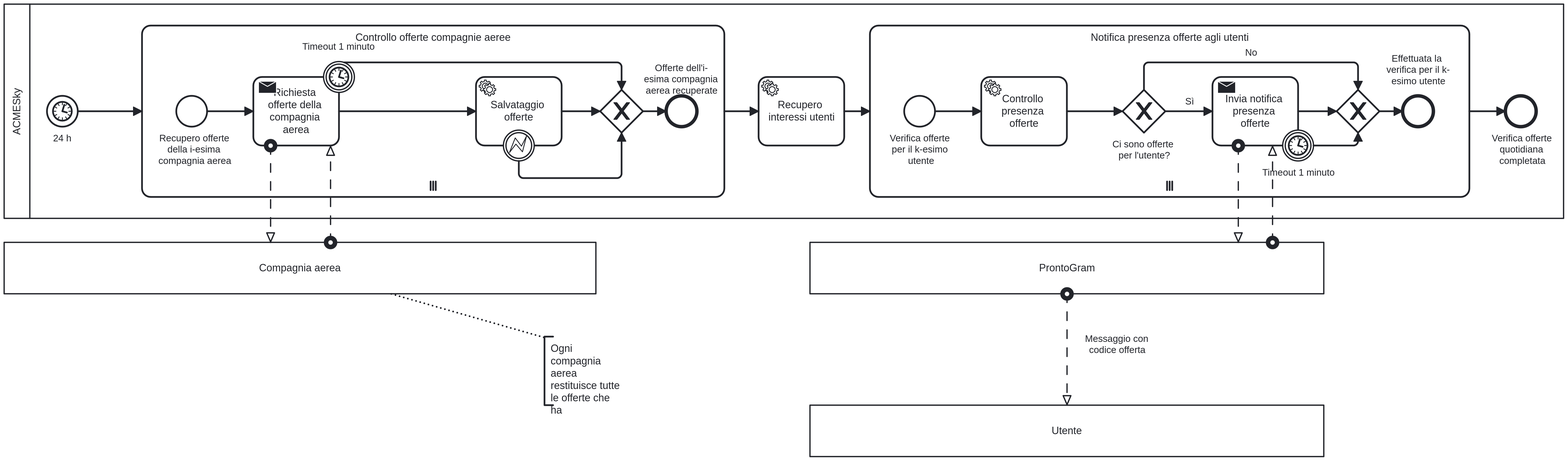
Earlier version of the BPMN export docs/assets/bpmn/bpmn-scopo-implementativo/VerificaGiornaliera.png (kocierik/ACMEsky). Its source is kept beside it as src/ACMESky/camunda/bpmn/VerificaGiornaliera.bpmn. Ids are renumbered.
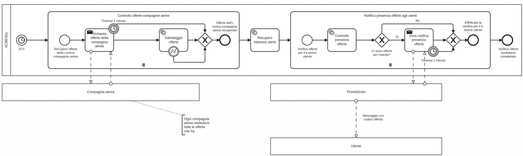
The same file after the commit.

Commit message:
align all BPMNs with Camunda 7 using desktop camunda modeller

Change to the diagram source:
```diff
@@ -1,4 +1,4 @@
-<bpmn:definitions xmlns:bpmn="http://www.omg.org/spec/BPMN/20100524/MODEL" xmlns:bpmndi="http://www.omg.org/spec/BPMN/20100524/DI" xmlns:dc="http://www.omg.org/spec/DD/20100524/DC" xmlns:di="http://www.omg.org/spec/DD/20100524/DI" xmlns:xsi="http://www.w3.org/2001/XMLSchema-instance" xmlns:modeler="http://camunda.org/schema/modeler/1.0" xmlns:zeebe="http://camunda.org/schema/zeebe/1.0" xmlns:camunda="http://camunda.org/schema/1.0/bpmn" id="Definitions_n1" targetNamespace="http://bpmn.io/schema/bpmn" exporter="Camunda Web Modeler" exporterVersion="8059276" modeler:executionPlatform="Camunda Cloud" modeler:executionPlatformVersion="8.5.0" camunda:diagramRelationId="9d4ccfee-0b94-4b00-8890-634b7d4caaef">
+<bpmn:definitions xmlns:bpmn="http://www.omg.org/spec/BPMN/20100524/MODEL" xmlns:bpmndi="http://www.omg.org/spec/BPMN/20100524/DI" xmlns:dc="http://www.omg.org/spec/DD/20100524/DC" xmlns:di="http://www.omg.org/spec/DD/20100524/DI" xmlns:xsi="http://www.w3.org/2001/XMLSchema-instance" xmlns:camunda="http://camunda.org/schema/1.0/bpmn" id="Definitions_n1" targetNamespace="http://bpmn.io/schema/bpmn" exporter="Camunda Modeler" exporterVersion="5.25.0">
   <bpmn:collaboration id="daily-check">
     <bpmn:participant id="acmesky" name="ACMESky" processRef="daily-flight-check" />
     <bpmn:participant id="flight-company" name="Compagnia aerea" />
@@ -30,29 +30,24 @@
     <bpmn:subProcess id="check-flight-companies-offers" name="Controllo offerte compagnie aeree">
       <bpmn:incoming>Flow_n9</bpmn:incoming>
       <bpmn:outgoing>Flow_n11</bpmn:outgoing>
-      <bpmn:multiInstanceLoopCharacteristics camunda:collection="#{companies}" camunda:elementVariable="company">
-        <bpmn:extensionElements>
-          <zeebe:loopCharacteristics inputCollection="=companies" />
-        </bpmn:extensionElements>
-      </bpmn:multiInstanceLoopCharacteristics>
+      <bpmn:multiInstanceLoopCharacteristics camunda:collection="#{companies}" camunda:elementVariable="company" />
       <bpmn:startEvent id="flight-company-check-start-event" name="Recupero offerte della i-esima compagnia aerea">
         <bpmn:outgoing>Flow_n12</bpmn:outgoing>
       </bpmn:startEvent>
       <bpmn:sequenceFlow id="Flow_n12" sourceRef="flight-company-check-start-event" targetRef="get-flight-offers" />
       <bpmn:endEvent id="flight-company-check-end-event" name="Offerte dell&#39;i-esima compagnia aerea recuperate">
-        <bpmn:incoming>Flow_n13</bpmn:incoming>
+        <bpmn:incoming>Flow_n32</bpmn:incoming>
       </bpmn:endEvent>
-      <bpmn:sequenceFlow id="Flow_n14" sourceRef="save-flights" targetRef="Gateway_n15" />
+      <bpmn:sequenceFlow id="Flow_n14" sourceRef="save-flights" targetRef="Gateway_n33" />
       <bpmn:serviceTask id="save-flights" name="Salvataggio offerte" camunda:type="external" camunda:topic="save-flights">
-        <bpmn:extensionElements>
-          <zeebe:taskDefinition type="save-flights" />
-        </bpmn:extensionElements>
         <bpmn:incoming>Flow_n16</bpmn:incoming>
         <bpmn:outgoing>Flow_n14</bpmn:outgoing>
       </bpmn:serviceTask>
       <bpmn:sendTask id="get-flight-offers" name="Richiesta offerte della compagnia aerea" camunda:type="external" camunda:topic="get-flight-offers">
         <bpmn:extensionElements>
-          <zeebe:taskDefinition type="get-flight-offers" />
+          <camunda:inputOutput>
+            <camunda:inputParameter name="company">${company}</camunda:inputParameter>
+          </camunda:inputOutput>
         </bpmn:extensionElements>
         <bpmn:incoming>Flow_n12</bpmn:incoming>
         <bpmn:outgoing>Flow_n16</bpmn:outgoing>
@@ -64,19 +59,19 @@
           <bpmn:timeDuration xsi:type="bpmn:tFormalExpression">PT1M</bpmn:timeDuration>
         </bpmn:timerEventDefinition>
       </bpmn:boundaryEvent>
-      <bpmn:sequenceFlow id="Flow_n17" sourceRef="timeout-flight-company" targetRef="Gateway_n15" />
+      <bpmn:sequenceFlow id="Flow_n17" sourceRef="timeout-flight-company" targetRef="Gateway_n33" />
       <bpmn:boundaryEvent id="Event_n19" attachedToRef="save-flights">
         <bpmn:outgoing>Flow_n20</bpmn:outgoing>
         <bpmn:errorEventDefinition id="ErrorEventDefinition_n21" />
       </bpmn:boundaryEvent>
-      <bpmn:sequenceFlow id="Flow_n20" sourceRef="Event_n19" targetRef="Gateway_n15" />
-      <bpmn:exclusiveGateway id="Gateway_n15">
+      <bpmn:sequenceFlow id="Flow_n20" sourceRef="Event_n19" targetRef="Gateway_n33" />
+      <bpmn:exclusiveGateway id="Gateway_n33">
         <bpmn:incoming>Flow_n14</bpmn:incoming>
+        <bpmn:incoming>Flow_n20</bpmn:incoming>
         <bpmn:incoming>Flow_n17</bpmn:incoming>
-        <bpmn:incoming>Flow_n20</bpmn:incoming>
-        <bpmn:outgoing>Flow_n13</bpmn:outgoing>
+        <bpmn:outgoing>Flow_n32</bpmn:outgoing>
       </bpmn:exclusiveGateway>
-      <bpmn:sequenceFlow id="Flow_n13" sourceRef="Gateway_n15" targetRef="flight-company-check-end-event" />
+      <bpmn:sequenceFlow id="Flow_n32" sourceRef="Gateway_n33" targetRef="flight-company-check-end-event" />
     </bpmn:subProcess>
     <bpmn:sequenceFlow id="Flow_n11" sourceRef="check-flight-companies-offers" targetRef="retrieve-user-interests" />
     <bpmn:sequenceFlow id="Flow_n22" sourceRef="notify-offers-to-users" targetRef="daily-check-completed" />
@@ -87,11 +82,7 @@
     <bpmn:subProcess id="notify-offers-to-users" name="Notifica presenza offerte agli utenti">
       <bpmn:incoming>Flow_n23</bpmn:incoming>
       <bpmn:outgoing>Flow_n22</bpmn:outgoing>
-      <bpmn:multiInstanceLoopCharacteristics camunda:collection="#{users_interests}" camunda:elementVariable="user_interests">
-        <bpmn:extensionElements>
-          <zeebe:loopCharacteristics inputCollection="=users_interests" />
-        </bpmn:extensionElements>
-      </bpmn:multiInstanceLoopCharacteristics>
+      <bpmn:multiInstanceLoopCharacteristics camunda:collection="#{users_interests}" camunda:elementVariable="user_interests" />
       <bpmn:startEvent id="notify-users-for-offers-start-event" name="Verifica offerte per il k-esimo utente">
         <bpmn:outgoing>Flow_n24</bpmn:outgoing>
       </bpmn:startEvent>
@@ -101,9 +92,6 @@
         <bpmn:outgoing>Flow_n27</bpmn:outgoing>
       </bpmn:exclusiveGateway>
       <bpmn:sendTask id="notify-user-via-prontogram" name="Invia notifica presenza offerte" camunda:type="external" camunda:topic="notify-user-via-prontogram">
-        <bpmn:extensionElements>
-          <zeebe:taskDefinition type="notify-user-via-prontogram" />
-        </bpmn:extensionElements>
         <bpmn:incoming>Flow_n26</bpmn:incoming>
         <bpmn:outgoing>Flow_n28</bpmn:outgoing>
       </bpmn:sendTask>
@@ -121,7 +109,9 @@
       </bpmn:sequenceFlow>
       <bpmn:serviceTask id="check-offers-presence" name="Controllo presenza offerte" camunda:type="external" camunda:topic="check-offers-presence">
         <bpmn:extensionElements>
-          <zeebe:taskDefinition type="check-offers-presence" />
+          <camunda:inputOutput>
+            <camunda:inputParameter name="user_interests">${user_interests}</camunda:inputParameter>
+          </camunda:inputOutput>
         </bpmn:extensionElements>
         <bpmn:incoming>Flow_n24</bpmn:incoming>
         <bpmn:outgoing>Flow_n25</bpmn:outgoing>
@@ -142,9 +132,6 @@
       <bpmn:sequenceFlow id="Flow_n30" sourceRef="timeout-notify-prontogram" targetRef="offers-presence-end-gateway" />
     </bpmn:subProcess>
     <bpmn:serviceTask id="retrieve-user-interests" name="Recupero interessi utenti" camunda:type="external" camunda:topic="retrieve-user-interests">
-      <bpmn:extensionElements>
-        <zeebe:taskDefinition type="retrieve-user-interests" />
-      </bpmn:extensionElements>
       <bpmn:incoming>Flow_n11</bpmn:incoming>
       <bpmn:outgoing>Flow_n23</bpmn:outgoing>
     </bpmn:serviceTask>
@@ -161,18 +148,12 @@
         </bpmndi:BPMNLabel>
       </bpmndi:BPMNShape>
       <bpmndi:BPMNShape id="Activity_1y3t9f8_di" bpmnElement="check-flight-companies-offers" isExpanded="true">
-        <dc:Bounds x="290" y="77" width="680" height="200" />
+        <dc:Bounds x="290" y="77" width="670" height="200" />
       </bpmndi:BPMNShape>
       <bpmndi:BPMNShape id="Event_1gjmsb5_di" bpmnElement="flight-company-check-start-event">
         <dc:Bounds x="330" y="159" width="36" height="36" />
         <bpmndi:BPMNLabel>
           <dc:Bounds x="309" y="202" width="86" height="40" />
-        </bpmndi:BPMNLabel>
-      </bpmndi:BPMNShape>
-      <bpmndi:BPMNShape id="Event_0gfxkwx_di" bpmnElement="flight-company-check-end-event">
-        <dc:Bounds x="902" y="159" width="36" height="36" />
-        <bpmndi:BPMNLabel>
-          <dc:Bounds x="876" y="120" width="87" height="40" />
         </bpmndi:BPMNLabel>
       </bpmndi:BPMNShape>
       <bpmndi:BPMNShape id="Activity_0hm89lt_di" bpmnElement="save-flights">
@@ -181,8 +162,14 @@
       <bpmndi:BPMNShape id="Activity_1bzhtzd_di" bpmnElement="get-flight-offers">
         <dc:Bounds x="420" y="137" width="100" height="80" />
       </bpmndi:BPMNShape>
-      <bpmndi:BPMNShape id="Gateway_n15_di" bpmnElement="Gateway_n15" isMarkerVisible="true">
-        <dc:Bounds x="825" y="152" width="50" height="50" />
+      <bpmndi:BPMNShape id="Gateway_n33_di" bpmnElement="Gateway_n33" isMarkerVisible="true">
+        <dc:Bounds x="815" y="152" width="50" height="50" />
+      </bpmndi:BPMNShape>
+      <bpmndi:BPMNShape id="Event_0gfxkwx_di" bpmnElement="flight-company-check-end-event">
+        <dc:Bounds x="892" y="159" width="36" height="36" />
+        <bpmndi:BPMNLabel>
+          <dc:Bounds x="866" y="110" width="88" height="40" />
+        </bpmndi:BPMNLabel>
       </bpmndi:BPMNShape>
       <bpmndi:BPMNShape id="Event_0a9u62g_di" bpmnElement="Event_n19">
         <dc:Bounds x="712" y="199" width="36" height="36" />
@@ -190,7 +177,7 @@
       <bpmndi:BPMNShape id="Event_1xvy15q_di" bpmnElement="timeout-flight-company">
         <dc:Bounds x="502" y="119" width="36" height="36" />
         <bpmndi:BPMNLabel>
-          <dc:Bounds x="477" y="95" width="85" height="14" />
+          <dc:Bounds x="477" y="103" width="85" height="14" />
         </bpmndi:BPMNLabel>
       </bpmndi:BPMNShape>
       <bpmndi:BPMNEdge id="Flow_n12_di" bpmnElement="Flow_n12">
@@ -199,26 +186,26 @@
       </bpmndi:BPMNEdge>
       <bpmndi:BPMNEdge id="Flow_n14_di" bpmnElement="Flow_n14">
         <di:waypoint x="780" y="177" />
-        <di:waypoint x="825" y="177" />
+        <di:waypoint x="815" y="177" />
       </bpmndi:BPMNEdge>
       <bpmndi:BPMNEdge id="Flow_n16_di" bpmnElement="Flow_n16">
         <di:waypoint x="520" y="177" />
         <di:waypoint x="680" y="177" />
       </bpmndi:BPMNEdge>
       <bpmndi:BPMNEdge id="Flow_n17_di" bpmnElement="Flow_n17">
-        <di:waypoint x="526" y="120" />
-        <di:waypoint x="850" y="120" />
-        <di:waypoint x="850" y="152" />
+        <di:waypoint x="530" y="120" />
+        <di:waypoint x="840" y="120" />
+        <di:waypoint x="840" y="150" />
       </bpmndi:BPMNEdge>
       <bpmndi:BPMNEdge id="Flow_n20_di" bpmnElement="Flow_n20">
         <di:waypoint x="730" y="235" />
         <di:waypoint x="730" y="255" />
-        <di:waypoint x="850" y="255" />
-        <di:waypoint x="850" y="202" />
+        <di:waypoint x="840" y="255" />
+        <di:waypoint x="840" y="202" />
       </bpmndi:BPMNEdge>
-      <bpmndi:BPMNEdge id="Flow_n13_di" bpmnElement="Flow_n13">
-        <di:waypoint x="875" y="177" />
-        <di:waypoint x="902" y="177" />
+      <bpmndi:BPMNEdge id="Flow_n32_di" bpmnElement="Flow_n32">
+        <di:waypoint x="865" y="177" />
+        <di:waypoint x="892" y="177" />
       </bpmndi:BPMNEdge>
       <bpmndi:BPMNShape id="Event_1oa2aah_di" bpmnElement="daily-check-completed">
         <dc:Bounds x="1882" y="159" width="36" height="36" />
@@ -300,22 +287,22 @@
         <di:waypoint x="1710" y="202" />
       </bpmndi:BPMNEdge>
       <bpmndi:BPMNShape id="Activity_168t2dg_di" bpmnElement="retrieve-user-interests">
-        <dc:Bounds x="1010" y="137" width="100" height="80" />
+        <dc:Bounds x="1000" y="137" width="100" height="80" />
       </bpmndi:BPMNShape>
       <bpmndi:BPMNEdge id="Flow_n9_di" bpmnElement="Flow_n9">
         <di:waypoint x="215" y="177" />
         <di:waypoint x="290" y="177" />
       </bpmndi:BPMNEdge>
       <bpmndi:BPMNEdge id="Flow_n11_di" bpmnElement="Flow_n11">
-        <di:waypoint x="970" y="177" />
-        <di:waypoint x="1010" y="177" />
+        <di:waypoint x="960" y="177" />
+        <di:waypoint x="1000" y="177" />
       </bpmndi:BPMNEdge>
       <bpmndi:BPMNEdge id="Flow_n22_di" bpmnElement="Flow_n22">
         <di:waypoint x="1840" y="177" />
         <di:waypoint x="1882" y="177" />
       </bpmndi:BPMNEdge>
       <bpmndi:BPMNEdge id="Flow_n23_di" bpmnElement="Flow_n23">
-        <di:waypoint x="1110" y="177" />
+        <di:waypoint x="1100" y="177" />
         <di:waypoint x="1140" y="177" />
       </bpmndi:BPMNEdge>
       <bpmndi:BPMNShape id="Participant_1r905vi_di" bpmnElement="flight-company" isHorizontal="true">
@@ -328,7 +315,7 @@
         <dc:Bounds x="1070" y="520" width="600" height="60" />
       </bpmndi:BPMNShape>
       <bpmndi:BPMNShape id="TextAnnotation_n7_di" bpmnElement="TextAnnotation_n7">
-        <dc:Bounds x="760" y="440" width="100" height="80" />
+        <dc:Bounds x="760" y="440" width="110" height="70" />
         <bpmndi:BPMNLabel />
       </bpmndi:BPMNShape>
       <bpmndi:BPMNEdge id="Association_n8_di" bpmnElement="Association_n8">
```
